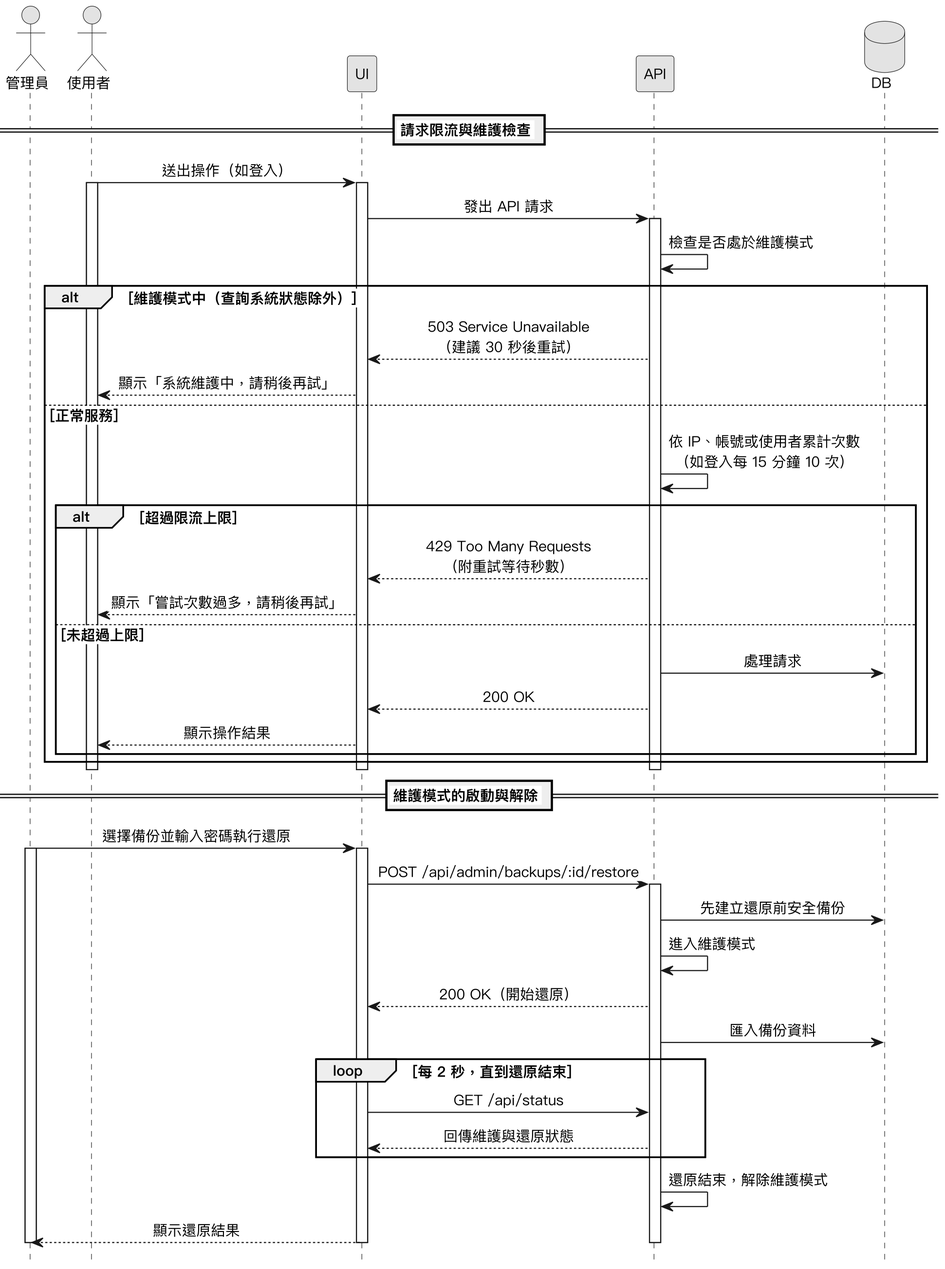
This is Diagrams/Sequence Diagrams/v3/seq_degradation.png from SaveMyBook/SaveMyBook, a PlantUML export, as it was before one commit. The source it was exported from:
```plantuml
@startuml
skinparam monochrome true
skinparam shadowing false
skinparam dpi 220
skinparam defaultFontName "PingFang TC"
skinparam defaultFontSize 13
skinparam sequenceMessageAlign center
skinparam ParticipantPadding 18
hide footbox

actor 管理員
actor 使用者
participant UI
participant API
database DB

== 請求限流與維護檢查 ==
使用者 -> UI : 送出操作（如登入）
activate 使用者
activate UI
UI -> API : 發出 API 請求
activate API
API -> API : 檢查是否處於維護模式
alt 維護模式中（查詢系統狀態除外）
  API --> UI : 503 Service Unavailable\n（建議 30 秒後重試）
  UI --> 使用者 : 顯示「系統維護中，請稍後再試」
else 正常服務
  API -> API : 依 IP、帳號或使用者累計次數\n（如登入每 15 分鐘 10 次）
  alt 超過限流上限
    API --> UI : 429 Too Many Requests\n（附重試等待秒數）
    UI --> 使用者 : 顯示「嘗試次數過多，請稍後再試」
  else 未超過上限
    API -> DB : 處理請求
    API --> UI : 200 OK
    UI --> 使用者 : 顯示操作結果
  end
end
deactivate API
deactivate UI
deactivate 使用者

== 維護模式的啟動與解除 ==
管理員 -> UI : 選擇備份並輸入密碼執行還原
activate 管理員
activate UI
UI -> API : POST /api/admin/backups/:id/restore
activate API
API -> DB : 先建立還原前安全備份
API -> API : 進入維護模式
API --> UI : 200 OK（開始還原）
API -> DB : 匯入備份資料
loop 每 2 秒，直到還原結束
  UI -> API : GET /api/status
  API --> UI : 回傳維護與還原狀態
end
API -> API : 還原結束，解除維護模式
UI --> 管理員 : 顯示還原結果
deactivate API
deactivate UI
deactivate 管理員
@enduml
```
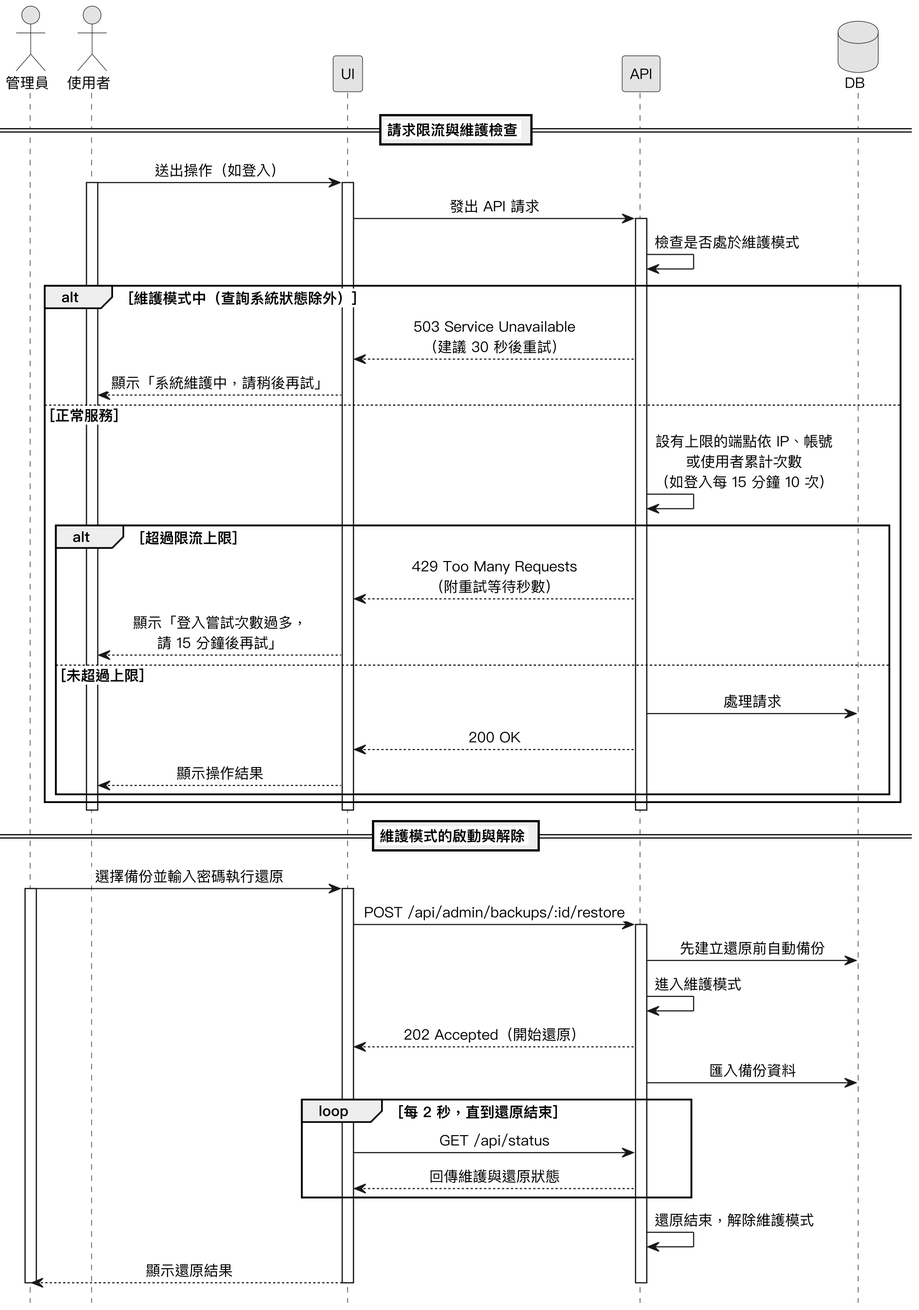
Above is the later version.

What changed in the source:
```diff
@@ -25,10 +25,10 @@
   API --> UI : 503 Service Unavailable\n（建議 30 秒後重試）
   UI --> 使用者 : 顯示「系統維護中，請稍後再試」
 else 正常服務
-  API -> API : 依 IP、帳號或使用者累計次數\n（如登入每 15 分鐘 10 次）
+  API -> API : 設有上限的端點依 IP、帳號\n或使用者累計次數\n（如登入每 15 分鐘 10 次）
   alt 超過限流上限
     API --> UI : 429 Too Many Requests\n（附重試等待秒數）
-    UI --> 使用者 : 顯示「嘗試次數過多，請稍後再試」
+    UI --> 使用者 : 顯示「登入嘗試次數過多，\n請 15 分鐘後再試」
   else 未超過上限
     API -> DB : 處理請求
     API --> UI : 200 OK
@@ -45,9 +45,9 @@
 activate UI
 UI -> API : POST /api/admin/backups/:id/restore
 activate API
-API -> DB : 先建立還原前安全備份
+API -> DB : 先建立還原前自動備份
 API -> API : 進入維護模式
-API --> UI : 200 OK（開始還原）
+API --> UI : 202 Accepted（開始還原）
 API -> DB : 匯入備份資料
 loop 每 2 秒，直到還原結束
   UI -> API : GET /api/status
```
